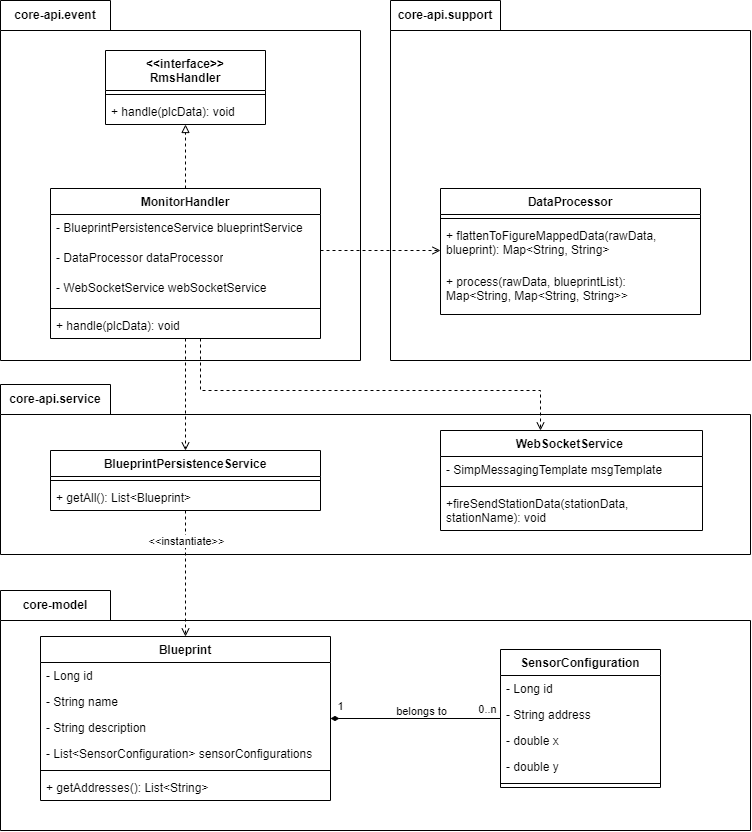
Before: Report7/SDD/Detailed-Design/Monitoring/class-T4-14.drawio.png, a diagram exported from draw.io (f-pms/Document). Source tidied: cells renumbered, new cells last; positions are measured from the earlier drawing's top-left corner, leaving out a move shared by most shapes. Its diagram source:
```xml
<mxGraphModel>
  <root>
    <mxCell id="0" />
    <mxCell id="1" parent="0" />
    <mxCell id="2" value="core-model" style="shape=folder;fontStyle=1;tabWidth=110;tabHeight=30;tabPosition=left;html=1;boundedLbl=1;labelInHeader=1;whiteSpace=wrap;" parent="1" vertex="1">
      <mxGeometry y="590" width="750" height="240" as="geometry" />
    </mxCell>
    <mxCell id="3" style="html=1;strokeColor=none;fillColor=none;whiteSpace=wrap;" parent="2" vertex="1">
      <mxGeometry width="750" height="168" relative="1" as="geometry">
        <mxPoint y="30" as="offset" />
      </mxGeometry>
    </mxCell>
    <mxCell id="4" value="Blueprint" style="swimlane;fontStyle=1;align=center;verticalAlign=top;horizontal=1;startSize=26;whiteSpace=wrap;html=1;" parent="2" vertex="1">
      <mxGeometry x="40" y="46" width="290" height="164" as="geometry" />
    </mxCell>
    <mxCell id="5" value="- Long id" style="text;strokeColor=none;fillColor=none;align=left;verticalAlign=top;spacingLeft=4;spacingRight=4;overflow=hidden;whiteSpace=wrap;html=1;" parent="4" vertex="1">
      <mxGeometry y="26" width="290" height="26" as="geometry" />
    </mxCell>
    <mxCell id="6" value="- String name" style="text;strokeColor=none;fillColor=none;align=left;verticalAlign=top;spacingLeft=4;spacingRight=4;overflow=hidden;whiteSpace=wrap;html=1;" parent="4" vertex="1">
      <mxGeometry y="52" width="290" height="26" as="geometry" />
    </mxCell>
    <mxCell id="7" value="- String description" style="text;strokeColor=none;fillColor=none;align=left;verticalAlign=top;spacingLeft=4;spacingRight=4;overflow=hidden;whiteSpace=wrap;html=1;" parent="4" vertex="1">
      <mxGeometry y="78" width="290" height="26" as="geometry" />
    </mxCell>
    <mxCell id="8" value="- List&amp;lt;SensorConfiguration&amp;gt; sensorConfigurations" style="text;strokeColor=none;fillColor=none;align=left;verticalAlign=top;spacingLeft=4;spacingRight=4;overflow=hidden;whiteSpace=wrap;html=1;" parent="4" vertex="1">
      <mxGeometry y="104" width="290" height="26" as="geometry" />
    </mxCell>
    <mxCell id="9" style="line;strokeWidth=1;fillColor=none;align=left;verticalAlign=middle;spacingTop=-1;spacingLeft=3;spacingRight=3;labelPosition=right;strokeColor=inherit;" parent="4" vertex="1">
      <mxGeometry y="130" width="290" height="8" as="geometry" />
    </mxCell>
    <mxCell id="10" value="+ getAddresses(): List&amp;lt;String&amp;gt;&amp;nbsp;" style="text;strokeColor=none;fillColor=none;align=left;verticalAlign=top;spacingLeft=4;spacingRight=4;overflow=hidden;whiteSpace=wrap;html=1;" parent="4" vertex="1">
      <mxGeometry y="138" width="290" height="26" as="geometry" />
    </mxCell>
    <mxCell id="11" value="SensorConfiguration" style="swimlane;fontStyle=1;align=center;verticalAlign=top;horizontal=1;startSize=26;whiteSpace=wrap;html=1;" parent="2" vertex="1">
      <mxGeometry x="500" y="59" width="160" height="138" as="geometry" />
    </mxCell>
    <mxCell id="12" value="- Long id" style="text;strokeColor=none;fillColor=none;align=left;verticalAlign=top;spacingLeft=4;spacingRight=4;overflow=hidden;whiteSpace=wrap;html=1;" parent="11" vertex="1">
      <mxGeometry y="26" width="160" height="26" as="geometry" />
    </mxCell>
    <mxCell id="13" value="- String address" style="text;strokeColor=none;fillColor=none;align=left;verticalAlign=top;spacingLeft=4;spacingRight=4;overflow=hidden;whiteSpace=wrap;html=1;" parent="11" vertex="1">
      <mxGeometry y="52" width="160" height="26" as="geometry" />
    </mxCell>
    <mxCell id="14" value="- double x" style="text;strokeColor=none;fillColor=none;align=left;verticalAlign=top;spacingLeft=4;spacingRight=4;overflow=hidden;whiteSpace=wrap;html=1;" parent="11" vertex="1">
      <mxGeometry y="78" width="160" height="26" as="geometry" />
    </mxCell>
    <mxCell id="15" value="- double y&amp;nbsp;" style="text;strokeColor=none;fillColor=none;align=left;verticalAlign=top;spacingLeft=4;spacingRight=4;overflow=hidden;whiteSpace=wrap;html=1;" parent="11" vertex="1">
      <mxGeometry y="104" width="160" height="26" as="geometry" />
    </mxCell>
    <mxCell id="16" style="line;strokeWidth=1;fillColor=none;align=left;verticalAlign=middle;spacingTop=-1;spacingLeft=3;spacingRight=3;labelPosition=right;strokeColor=inherit;" parent="11" vertex="1">
      <mxGeometry y="130" width="160" height="8" as="geometry" />
    </mxCell>
    <mxCell id="17" style="edgeStyle=orthogonalEdgeStyle;rounded=0;jettySize=auto;html=1;endArrow=diamondThin;endFill=1;" parent="2" edge="1" source="11" target="4">
      <mxGeometry relative="1" as="geometry" />
    </mxCell>
    <mxCell id="18" value="1" style="edgeLabel;html=1;align=center;verticalAlign=middle;" parent="17" vertex="1">
      <mxGeometry x="0.93" y="-1" relative="1" as="geometry">
        <mxPoint x="4" y="-12" as="offset" />
      </mxGeometry>
    </mxCell>
    <mxCell id="19" value="0..n" style="edgeLabel;html=1;align=center;verticalAlign=middle;" parent="17" vertex="1">
      <mxGeometry x="-0.9" y="-1" relative="1" as="geometry">
        <mxPoint x="-5" y="-9" as="offset" />
      </mxGeometry>
    </mxCell>
    <mxCell id="20" value="belongs to" style="edgeLabel;html=1;align=center;verticalAlign=middle;" parent="17" vertex="1">
      <mxGeometry x="0.14" relative="1" as="geometry">
        <mxPoint x="17" y="-8" as="offset" />
      </mxGeometry>
    </mxCell>
    <mxCell id="21" value="core-api.service" style="shape=folder;fontStyle=1;tabWidth=110;tabHeight=30;tabPosition=left;html=1;boundedLbl=1;labelInHeader=1;whiteSpace=wrap;" parent="1" vertex="1">
      <mxGeometry y="384" width="750" height="170" as="geometry" />
    </mxCell>
    <mxCell id="22" style="html=1;strokeColor=none;fillColor=none;whiteSpace=wrap;" parent="21" vertex="1">
      <mxGeometry width="750" height="119" relative="1" as="geometry">
        <mxPoint y="30" as="offset" />
      </mxGeometry>
    </mxCell>
    <mxCell id="23" value="&lt;span style=&quot;text-align: left;&quot;&gt;WebSocketService&amp;nbsp;&lt;/span&gt;" style="swimlane;fontStyle=1;align=center;verticalAlign=top;horizontal=1;startSize=26;whiteSpace=wrap;html=1;" parent="21" vertex="1">
      <mxGeometry x="440" y="46" width="262" height="100" as="geometry" />
    </mxCell>
    <mxCell id="24" value="- SimpMessagingTemplate msgTemplate" style="text;strokeColor=none;fillColor=none;align=left;verticalAlign=top;spacingLeft=4;spacingRight=4;overflow=hidden;whiteSpace=wrap;html=1;" parent="23" vertex="1">
      <mxGeometry y="26" width="262" height="26" as="geometry" />
    </mxCell>
    <mxCell id="25" style="line;strokeWidth=1;fillColor=none;align=left;verticalAlign=middle;spacingTop=-1;spacingLeft=3;spacingRight=3;labelPosition=right;strokeColor=inherit;" parent="23" vertex="1">
      <mxGeometry y="52" width="262" height="8" as="geometry" />
    </mxCell>
    <mxCell id="26" value="+fireSendStationData(stationData, stationName): void&amp;nbsp;" style="text;strokeColor=none;fillColor=none;align=left;verticalAlign=top;spacingLeft=4;spacingRight=4;overflow=hidden;whiteSpace=wrap;html=1;" parent="23" vertex="1">
      <mxGeometry y="60" width="262" height="40" as="geometry" />
    </mxCell>
    <mxCell id="27" value="&lt;span style=&quot;text-align: left;&quot;&gt;BlueprintPersistenceService&lt;/span&gt;" style="swimlane;fontStyle=1;align=center;verticalAlign=top;horizontal=1;startSize=26;whiteSpace=wrap;html=1;" parent="21" vertex="1">
      <mxGeometry x="50" y="66" width="270" height="60" as="geometry" />
    </mxCell>
    <mxCell id="28" style="line;strokeWidth=1;fillColor=none;align=left;verticalAlign=middle;spacingTop=-1;spacingLeft=3;spacingRight=3;labelPosition=right;strokeColor=inherit;" parent="27" vertex="1">
      <mxGeometry y="26" width="270" height="8" as="geometry" />
    </mxCell>
    <mxCell id="29" value="+ getAll(): List&amp;lt;Blueprint&amp;gt;" style="text;strokeColor=none;fillColor=none;align=left;verticalAlign=top;spacingLeft=4;spacingRight=4;overflow=hidden;whiteSpace=wrap;html=1;" parent="27" vertex="1">
      <mxGeometry y="34" width="270" height="26" as="geometry" />
    </mxCell>
    <mxCell id="30" value="core-api.support" style="shape=folder;fontStyle=1;tabWidth=110;tabHeight=30;tabPosition=left;html=1;boundedLbl=1;labelInHeader=1;whiteSpace=wrap;" parent="1" vertex="1">
      <mxGeometry x="390" width="360" height="360" as="geometry" />
    </mxCell>
    <mxCell id="31" style="html=1;strokeColor=none;fillColor=none;whiteSpace=wrap;" parent="30" vertex="1">
      <mxGeometry width="360" height="252" relative="1" as="geometry">
        <mxPoint y="30" as="offset" />
      </mxGeometry>
    </mxCell>
    <mxCell id="32" value="DataProcessor" style="swimlane;fontStyle=1;align=center;verticalAlign=top;horizontal=1;startSize=26;whiteSpace=wrap;html=1;" parent="30" vertex="1">
      <mxGeometry x="50" y="188" width="260" height="126" as="geometry" />
    </mxCell>
    <mxCell id="33" style="line;strokeWidth=1;fillColor=none;align=left;verticalAlign=middle;spacingTop=-1;spacingLeft=3;spacingRight=3;labelPosition=right;strokeColor=inherit;" parent="32" vertex="1">
      <mxGeometry y="26" width="260" height="8" as="geometry" />
    </mxCell>
    <mxCell id="34" value="+ flattenToFigureMappedData(rawData, blueprint): Map&amp;lt;String, String&amp;gt;" style="text;strokeColor=none;fillColor=none;align=left;verticalAlign=top;spacingLeft=4;spacingRight=4;overflow=hidden;whiteSpace=wrap;html=1;" parent="32" vertex="1">
      <mxGeometry y="34" width="260" height="46" as="geometry" />
    </mxCell>
    <mxCell id="35" value="+ process(rawData, blueprintList):&amp;nbsp;&lt;div&gt;Map&amp;lt;String, Map&amp;lt;String, String&amp;gt;&amp;gt;&lt;/div&gt;" style="text;strokeColor=none;fillColor=none;align=left;verticalAlign=top;spacingLeft=4;spacingRight=4;overflow=hidden;whiteSpace=wrap;html=1;" parent="32" vertex="1">
      <mxGeometry y="80" width="260" height="46" as="geometry" />
    </mxCell>
    <mxCell id="36" value="core-api.event" style="shape=folder;fontStyle=1;tabWidth=110;tabHeight=30;tabPosition=left;html=1;boundedLbl=1;labelInHeader=1;whiteSpace=wrap;" parent="1" vertex="1">
      <mxGeometry width="360" height="360" as="geometry" />
    </mxCell>
    <mxCell id="37" style="html=1;strokeColor=none;fillColor=none;whiteSpace=wrap;" parent="36" vertex="1">
      <mxGeometry width="360" height="252" relative="1" as="geometry">
        <mxPoint y="30" as="offset" />
      </mxGeometry>
    </mxCell>
    <mxCell id="38" value="&amp;lt;&amp;lt;interface&amp;gt;&amp;gt;&lt;br&gt;RmsHandler" style="swimlane;fontStyle=1;align=center;verticalAlign=top;horizontal=1;startSize=40;whiteSpace=wrap;html=1;" parent="1" vertex="1">
      <mxGeometry x="105" y="50" width="160" height="74" as="geometry" />
    </mxCell>
    <mxCell id="39" style="line;strokeWidth=1;fillColor=none;align=left;verticalAlign=middle;spacingTop=-1;spacingLeft=3;spacingRight=3;labelPosition=right;strokeColor=inherit;" parent="38" vertex="1">
      <mxGeometry y="40" width="160" height="8" as="geometry" />
    </mxCell>
    <mxCell id="40" value="+ handle(plcData): void" style="text;strokeColor=none;fillColor=none;align=left;verticalAlign=top;spacingLeft=4;spacingRight=4;overflow=hidden;whiteSpace=wrap;html=1;" parent="38" vertex="1">
      <mxGeometry y="48" width="160" height="26" as="geometry" />
    </mxCell>
    <mxCell id="41" style="edgeStyle=orthogonalEdgeStyle;rounded=0;jettySize=auto;html=1;dashed=1;endArrow=block;endFill=0;" parent="1" edge="1" source="45" target="38">
      <mxGeometry relative="1" as="geometry" />
    </mxCell>
    <mxCell id="42" style="edgeStyle=orthogonalEdgeStyle;rounded=0;jettySize=auto;html=1;dashed=1;endArrow=open;endFill=0;" parent="1" edge="1" source="45" target="32">
      <mxGeometry relative="1" as="geometry">
        <Array as="points">
          <mxPoint x="390" y="250" />
          <mxPoint x="390" y="250" />
        </Array>
      </mxGeometry>
    </mxCell>
    <mxCell id="43" style="edgeStyle=orthogonalEdgeStyle;rounded=0;jettySize=auto;html=1;dashed=1;endArrow=open;endFill=0;" parent="1" edge="1" source="45" target="27">
      <mxGeometry relative="1" as="geometry">
        <Array as="points">
          <mxPoint x="185" y="390" />
          <mxPoint x="185" y="390" />
        </Array>
      </mxGeometry>
    </mxCell>
    <mxCell id="44" style="edgeStyle=orthogonalEdgeStyle;rounded=0;jettySize=auto;html=1;dashed=1;endArrow=open;endFill=0;" parent="1" edge="1" source="45" target="23">
      <mxGeometry relative="1" as="geometry">
        <Array as="points">
          <mxPoint x="200" y="390" />
          <mxPoint x="540" y="390" />
        </Array>
      </mxGeometry>
    </mxCell>
    <mxCell id="45" value="MonitorHandler" style="swimlane;fontStyle=1;align=center;verticalAlign=top;horizontal=1;startSize=26;whiteSpace=wrap;html=1;" parent="1" vertex="1">
      <mxGeometry x="50" y="188" width="270" height="150" as="geometry" />
    </mxCell>
    <mxCell id="46" value="- BlueprintPersistenceService blueprintService&amp;nbsp;" style="text;strokeColor=none;fillColor=none;align=left;verticalAlign=top;spacingLeft=4;spacingRight=4;overflow=hidden;whiteSpace=wrap;html=1;" parent="45" vertex="1">
      <mxGeometry y="26" width="270" height="30" as="geometry" />
    </mxCell>
    <mxCell id="47" value="- DataProcessor dataProcessor" style="text;strokeColor=none;fillColor=none;align=left;verticalAlign=top;spacingLeft=4;spacingRight=4;overflow=hidden;whiteSpace=wrap;html=1;" parent="45" vertex="1">
      <mxGeometry y="56" width="270" height="30" as="geometry" />
    </mxCell>
    <mxCell id="48" value="- WebSocketService webSocketService" style="text;strokeColor=none;fillColor=none;align=left;verticalAlign=top;spacingLeft=4;spacingRight=4;overflow=hidden;whiteSpace=wrap;html=1;" parent="45" vertex="1">
      <mxGeometry y="86" width="270" height="30" as="geometry" />
    </mxCell>
    <mxCell id="49" style="line;strokeWidth=1;fillColor=none;align=left;verticalAlign=middle;spacingTop=-1;spacingLeft=3;spacingRight=3;labelPosition=right;strokeColor=inherit;" parent="45" vertex="1">
      <mxGeometry y="116" width="270" height="8" as="geometry" />
    </mxCell>
    <mxCell id="50" value="+ handle(plcData): void" style="text;strokeColor=none;fillColor=none;align=left;verticalAlign=top;spacingLeft=4;spacingRight=4;overflow=hidden;whiteSpace=wrap;html=1;" parent="45" vertex="1">
      <mxGeometry y="124" width="270" height="26" as="geometry" />
    </mxCell>
    <mxCell id="51" style="edgeStyle=orthogonalEdgeStyle;rounded=0;jettySize=auto;html=1;dashed=1;endArrow=open;endFill=0;" parent="1" edge="1" source="27" target="4">
      <mxGeometry relative="1" as="geometry">
        <Array as="points">
          <mxPoint x="175" y="490" />
          <mxPoint x="175" y="490" />
        </Array>
      </mxGeometry>
    </mxCell>
    <mxCell id="52" value="&amp;lt;&amp;lt;instantiate&amp;gt;&amp;gt;" style="edgeLabel;html=1;align=center;verticalAlign=middle;" parent="51" vertex="1">
      <mxGeometry x="-0.15" relative="1" as="geometry">
        <mxPoint y="-24" as="offset" />
      </mxGeometry>
    </mxCell>
  </root>
</mxGraphModel>
```
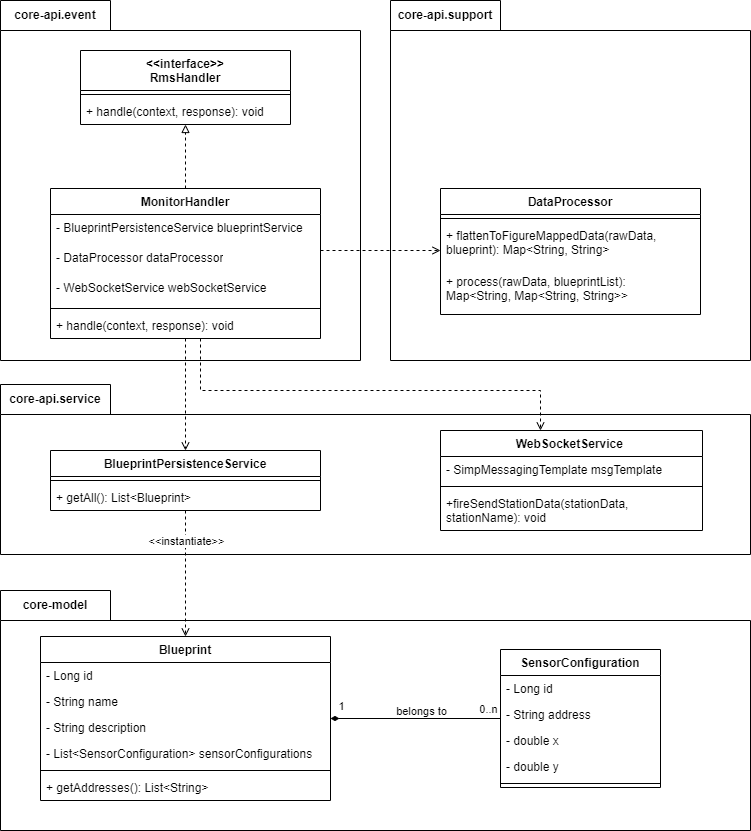
After the change.

Commit message:
adjust class diagrams based on discussion

The edit, as a diff of the source:
```diff
@@ -125,13 +125,13 @@
       </mxGeometry>
     </mxCell>
     <mxCell id="38" value="&amp;lt;&amp;lt;interface&amp;gt;&amp;gt;&lt;br&gt;RmsHandler" style="swimlane;fontStyle=1;align=center;verticalAlign=top;horizontal=1;startSize=40;whiteSpace=wrap;html=1;" parent="1" vertex="1">
-      <mxGeometry x="105" y="50" width="160" height="74" as="geometry" />
+      <mxGeometry x="80" y="50" width="210" height="74" as="geometry" />
     </mxCell>
     <mxCell id="39" style="line;strokeWidth=1;fillColor=none;align=left;verticalAlign=middle;spacingTop=-1;spacingLeft=3;spacingRight=3;labelPosition=right;strokeColor=inherit;" parent="38" vertex="1">
-      <mxGeometry y="40" width="160" height="8" as="geometry" />
+      <mxGeometry y="40" width="210" height="8" as="geometry" />
     </mxCell>
-    <mxCell id="40" value="+ handle(plcData): void" style="text;strokeColor=none;fillColor=none;align=left;verticalAlign=top;spacingLeft=4;spacingRight=4;overflow=hidden;whiteSpace=wrap;html=1;" parent="38" vertex="1">
-      <mxGeometry y="48" width="160" height="26" as="geometry" />
+    <mxCell id="40" value="+ handle(context, response): void" style="text;strokeColor=none;fillColor=none;align=left;verticalAlign=top;spacingLeft=4;spacingRight=4;overflow=hidden;whiteSpace=wrap;html=1;" parent="38" vertex="1">
+      <mxGeometry y="48" width="210" height="26" as="geometry" />
     </mxCell>
     <mxCell id="41" style="edgeStyle=orthogonalEdgeStyle;rounded=0;jettySize=auto;html=1;dashed=1;endArrow=block;endFill=0;" parent="1" edge="1" source="45" target="38">
       <mxGeometry relative="1" as="geometry" />
@@ -175,7 +175,7 @@
     <mxCell id="49" style="line;strokeWidth=1;fillColor=none;align=left;verticalAlign=middle;spacingTop=-1;spacingLeft=3;spacingRight=3;labelPosition=right;strokeColor=inherit;" parent="45" vertex="1">
       <mxGeometry y="116" width="270" height="8" as="geometry" />
     </mxCell>
-    <mxCell id="50" value="+ handle(plcData): void" style="text;strokeColor=none;fillColor=none;align=left;verticalAlign=top;spacingLeft=4;spacingRight=4;overflow=hidden;whiteSpace=wrap;html=1;" parent="45" vertex="1">
+    <mxCell id="50" value="+ handle(context, response): void" style="text;strokeColor=none;fillColor=none;align=left;verticalAlign=top;spacingLeft=4;spacingRight=4;overflow=hidden;whiteSpace=wrap;html=1;" parent="45" vertex="1">
       <mxGeometry y="124" width="270" height="26" as="geometry" />
     </mxCell>
     <mxCell id="51" style="edgeStyle=orthogonalEdgeStyle;rounded=0;jettySize=auto;html=1;dashed=1;endArrow=open;endFill=0;" parent="1" edge="1" source="27" target="4">
```
